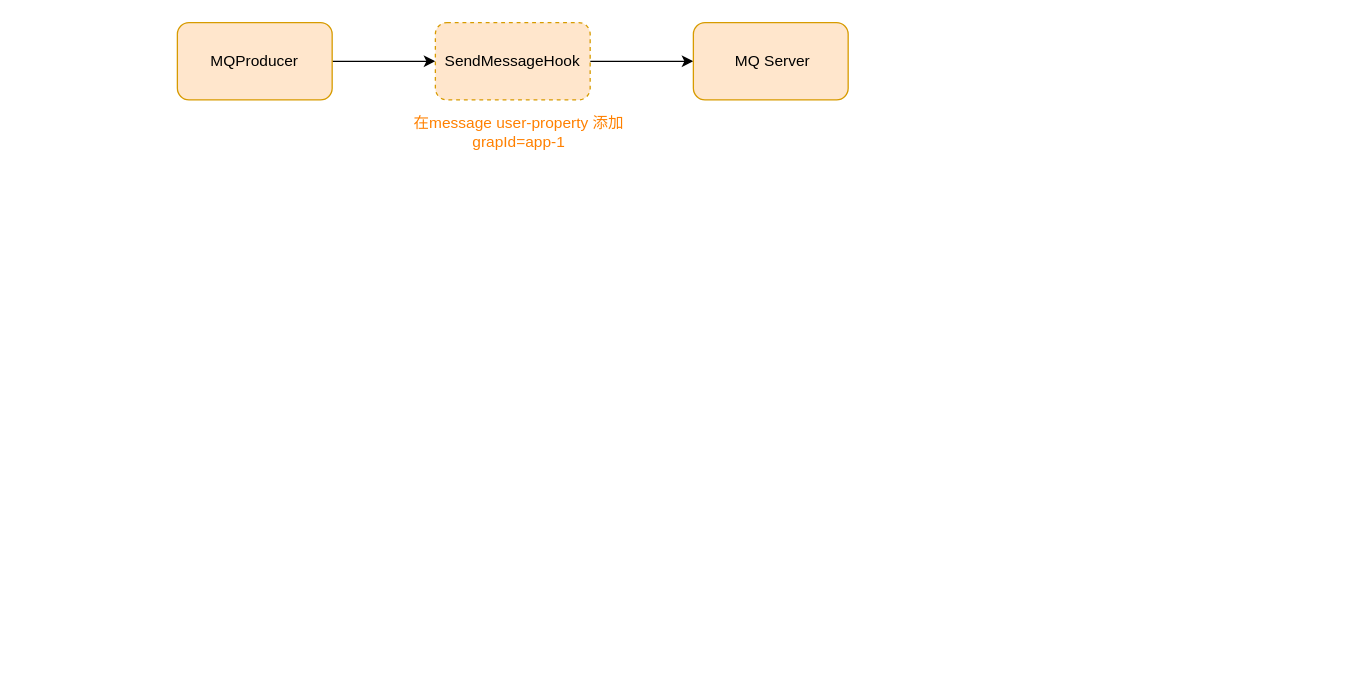
This is rocketmq灰度.drawio from 463024907/draw.io, a draw.io file, before an edit. Source tidied: cells renumbered, new cells numbered last; positions are measured from the earlier drawing's top-left corner, leaving out a move shared by most shapes. Both pictures are drawn from the tidied source at 129%, with x=0, y=0 at pixel (177, 22).
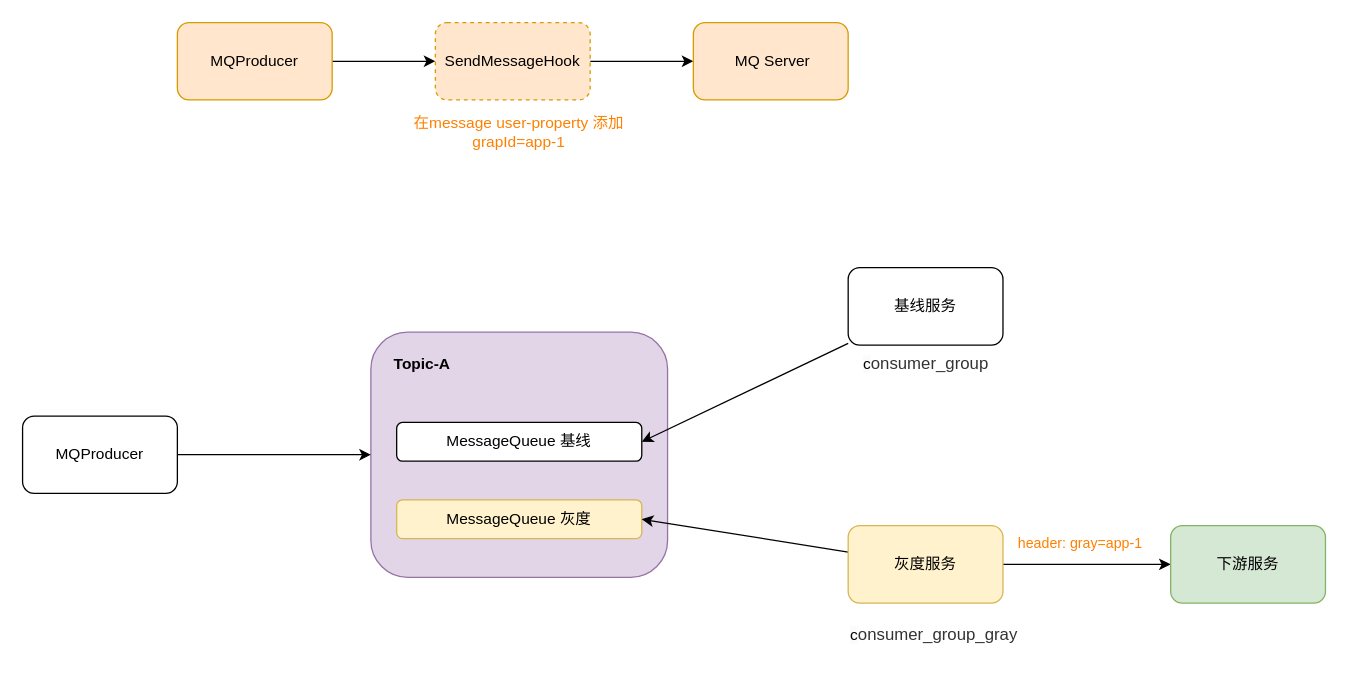
The same diagram, later.

The edit, as a diff of the source:
```diff
@@
+    <mxCell id="8" style="rounded=1;whiteSpace=wrap;html=1;fillColor=#e1d5e7;strokeColor=#9673a6;" parent="1" vertex="1">
+      <mxGeometry x="150" y="240" width="230" height="190" as="geometry" />
+    </mxCell>
@@
+    <mxCell id="9" style="rounded=0;jettySize=auto;html=1;" parent="1" edge="1" source="10" target="8">
+      <mxGeometry relative="1" as="geometry" />
+    </mxCell>
+    <mxCell id="10" value="MQProducer" style="rounded=1;whiteSpace=wrap;html=1;" parent="1" vertex="1">
+      <mxGeometry x="-120" y="305" width="120" height="60" as="geometry" />
+    </mxCell>
+    <mxCell id="11" value="MessageQueue 基线" style="rounded=1;whiteSpace=wrap;html=1;" parent="1" vertex="1">
+      <mxGeometry x="170" y="310" width="190" height="30" as="geometry" />
+    </mxCell>
+    <mxCell id="12" value="MessageQueue 灰度" style="rounded=1;whiteSpace=wrap;html=1;fillColor=#fff2cc;strokeColor=#d6b656;" parent="1" vertex="1">
+      <mxGeometry x="170" y="370" width="190" height="30" as="geometry" />
+    </mxCell>
+    <mxCell id="13" style="rounded=0;jettySize=auto;html=1;entryX=1;entryY=0.5;entryDx=0;entryDy=0;" parent="1" edge="1" source="14" target="11">
+      <mxGeometry relative="1" as="geometry" />
+    </mxCell>
+    <mxCell id="14" value="基线服务" style="rounded=1;whiteSpace=wrap;html=1;" parent="1" vertex="1">
+      <mxGeometry x="520" y="190" width="120" height="60" as="geometry" />
+    </mxCell>
+    <mxCell id="15" value="&lt;b&gt;Topic-A&lt;/b&gt;" style="text;html=1;align=center;verticalAlign=middle;whiteSpace=wrap;rounded=0;" parent="1" vertex="1">
+      <mxGeometry x="160" y="250" width="60" height="30" as="geometry" />
+    </mxCell>
+    <mxCell id="16" style="rounded=0;jettySize=auto;html=1;entryX=1;entryY=0.5;entryDx=0;entryDy=0;" parent="1" edge="1" source="18" target="12">
+      <mxGeometry relative="1" as="geometry" />
+    </mxCell>
+    <mxCell id="17" style="edgeStyle=orthogonalEdgeStyle;rounded=0;jettySize=auto;html=1;" parent="1" edge="1" source="18" target="19">
+      <mxGeometry relative="1" as="geometry" />
+    </mxCell>
+    <mxCell id="18" value="灰度服务" style="rounded=1;whiteSpace=wrap;html=1;fillColor=#fff2cc;strokeColor=#d6b656;" parent="1" vertex="1">
+      <mxGeometry x="520" y="390" width="120" height="60" as="geometry" />
+    </mxCell>
+    <mxCell id="19" value="下游服务" style="rounded=1;whiteSpace=wrap;html=1;fillColor=#d5e8d4;strokeColor=#82b366;" parent="1" vertex="1">
+      <mxGeometry x="770" y="390" width="120" height="60" as="geometry" />
+    </mxCell>
+    <mxCell id="20" value="&lt;span style=&quot;font-family: Helvetica; font-size: 11px; font-style: normal; font-variant-ligatures: normal; font-variant-caps: normal; font-weight: 400; letter-spacing: normal; orphans: 2; text-align: center; text-indent: 0px; text-transform: none; widows: 2; word-spacing: 0px; -webkit-text-stroke-width: 0px; white-space: nowrap; background-color: rgb(255, 255, 255); text-decoration-thickness: initial; text-decoration-style: initial; text-decoration-color: initial; float: none; display: inline !important;&quot;&gt;&lt;font color=&quot;#ff8000&quot;&gt;header: gray=app-1&lt;/font&gt;&lt;/span&gt;" style="text;whiteSpace=wrap;html=1;" parent="1" vertex="1">
+      <mxGeometry x="650" y="390" width="130" height="40" as="geometry" />
+    </mxCell>
+    <mxCell id="21" value="&lt;span style=&quot;color: rgb(0, 0, 0); font-family: Helvetica; font-size: 12px; font-style: normal; font-variant-ligatures: normal; font-variant-caps: normal; font-weight: 400; letter-spacing: normal; orphans: 2; text-align: center; text-indent: 0px; text-transform: none; widows: 2; word-spacing: 0px; -webkit-text-stroke-width: 0px; white-space: normal; background-color: rgb(251, 251, 251); text-decoration-thickness: initial; text-decoration-style: initial; text-decoration-color: initial; display: inline !important; float: none;&quot;&gt;c&lt;/span&gt;&lt;span style=&quot;font-style: normal; font-variant-ligatures: normal; font-variant-caps: normal; font-weight: 400; letter-spacing: normal; orphans: 2; text-indent: 0px; text-transform: none; widows: 2; word-spacing: 0px; -webkit-text-stroke-width: 0px; white-space: normal; text-decoration-thickness: initial; text-decoration-style: initial; text-decoration-color: initial; background-color: rgb(255, 255, 255); color: rgb(51, 51, 51); font-family: Arial, sans-serif; font-size: 13px; text-align: start;&quot;&gt;onsumer_group_gray&lt;/span&gt;" style="text;whiteSpace=wrap;html=1;" parent="1" vertex="1">
+      <mxGeometry x="520" y="460" width="160" height="40" as="geometry" />
+    </mxCell>
+    <mxCell id="22" value="&lt;span style=&quot;color: rgb(0, 0, 0); font-family: Helvetica; font-size: 12px; font-style: normal; font-variant-ligatures: normal; font-variant-caps: normal; font-weight: 400; letter-spacing: normal; orphans: 2; text-align: center; text-indent: 0px; text-transform: none; widows: 2; word-spacing: 0px; -webkit-text-stroke-width: 0px; white-space: normal; background-color: rgb(251, 251, 251); text-decoration-thickness: initial; text-decoration-style: initial; text-decoration-color: initial; display: inline !important; float: none;&quot;&gt;c&lt;/span&gt;&lt;span style=&quot;font-style: normal; font-variant-ligatures: normal; font-variant-caps: normal; font-weight: 400; letter-spacing: normal; orphans: 2; text-indent: 0px; text-transform: none; widows: 2; word-spacing: 0px; -webkit-text-stroke-width: 0px; white-space: normal; text-decoration-thickness: initial; text-decoration-style: initial; text-decoration-color: initial; background-color: rgb(255, 255, 255); color: rgb(51, 51, 51); font-family: Arial, sans-serif; font-size: 13px; text-align: start;&quot;&gt;onsumer_group&lt;/span&gt;" style="text;whiteSpace=wrap;html=1;" parent="1" vertex="1">
+      <mxGeometry x="530" y="250" width="130" height="40" as="geometry" />
+    </mxCell>
```
